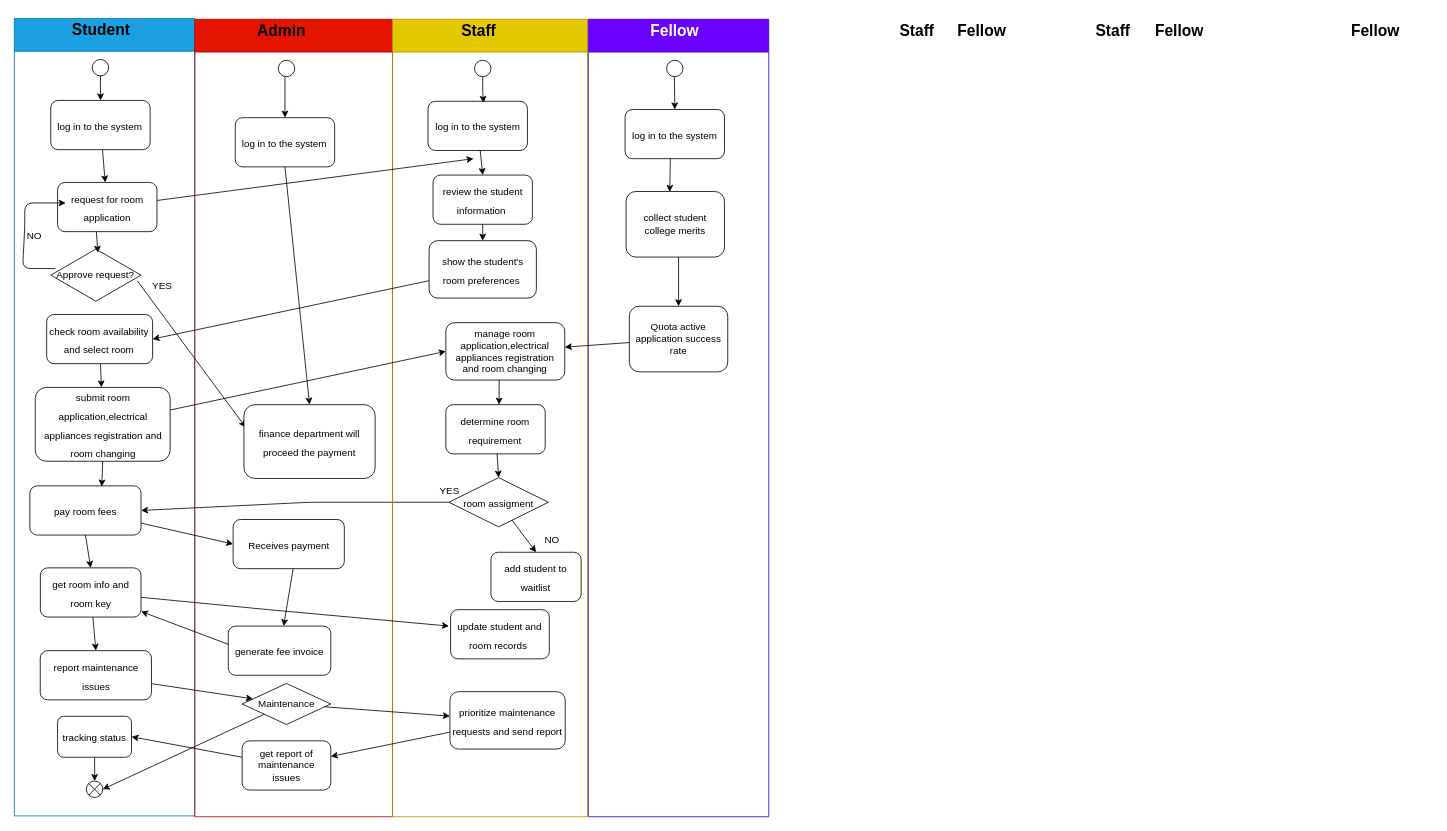
drshahizan/software-engineering keeps this draw.io diagram as page "activity_diagram" (4 of 4) of project/drawio/stakeholder/UML.drawio. Above is the earlier version. Source tidied: cells renumbered, new cells numbered last; positions are measured from the earlier drawing's top-left corner, leaving out a move shared by most shapes. Both pictures are drawn from the tidied source at 82%, with x=0, y=0 at pixel (14, 14).
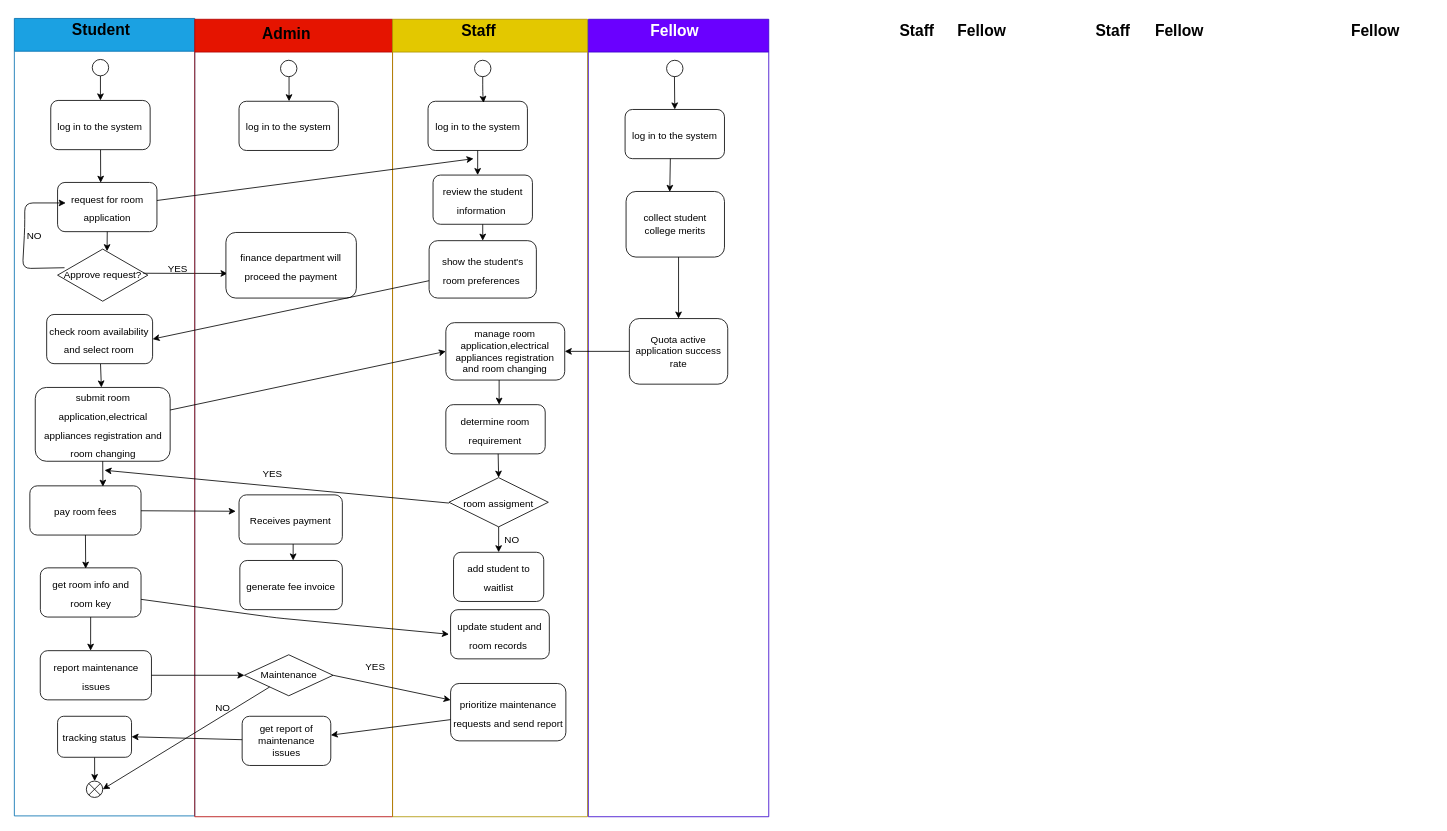
The same diagram, later.

Unchanged cells that the change refers to:
```xml
<mxCell id="2" style="swimlane;startSize=40;fontSize=19;fillColor=#1ba1e2;fontColor=#ffffff;strokeColor=#006EAF;" parent="1" vertex="1">
  <mxGeometry y="5" width="220" height="972.5" as="geometry" />
</mxCell>
<mxCell id="5" value="&lt;font style=&quot;font-size: 12px;&quot;&gt;log in to the system&lt;/font&gt;" style="rounded=1;whiteSpace=wrap;html=1;fontFamily=Helvetica;fontSize=19;fontColor=default;align=center;strokeColor=default;fillColor=default;" parent="2" vertex="1">
  <mxGeometry x="44.4" y="100" width="121.2" height="60" as="geometry" />
</mxCell>
<mxCell id="8" value="&lt;font style=&quot;font-size: 12px;&quot;&gt;request for room application&lt;/font&gt;" style="rounded=1;whiteSpace=wrap;html=1;fontFamily=Helvetica;fontSize=19;fontColor=default;align=center;strokeColor=default;fillColor=default;" parent="2" vertex="1">
  <mxGeometry x="52.7" y="200" width="121.2" height="60" as="geometry" />
</mxCell>
<mxCell id="11" value="&lt;span style=&quot;font-size: 12px;&quot;&gt;submit room application,electrical appliances registration and room changing&lt;/span&gt;" style="rounded=1;whiteSpace=wrap;html=1;fontFamily=Helvetica;fontSize=19;fontColor=default;align=center;strokeColor=default;fillColor=default;" parent="2" vertex="1">
  <mxGeometry x="25.5" y="450" width="164.5" height="90" as="geometry" />
</mxCell>
<mxCell id="12" value="&lt;span style=&quot;font-size: 12px;&quot;&gt;get room info and room key&lt;/span&gt;" style="rounded=1;whiteSpace=wrap;html=1;fontFamily=Helvetica;fontSize=19;fontColor=default;align=center;strokeColor=default;fillColor=default;" parent="2" vertex="1">
  <mxGeometry x="31.7" y="670" width="122.8" height="60" as="geometry" />
</mxCell>
<mxCell id="13" value="&lt;span style=&quot;font-size: 12px;&quot;&gt;pay room fees&lt;/span&gt;" style="rounded=1;whiteSpace=wrap;html=1;fontFamily=Helvetica;fontSize=19;fontColor=default;align=center;strokeColor=default;fillColor=default;" parent="2" vertex="1">
  <mxGeometry x="18.9" y="570" width="135.6" height="60" as="geometry" />
</mxCell>
<mxCell id="14" value="&lt;span style=&quot;font-size: 12px;&quot;&gt;report maintenance issues&lt;/span&gt;" style="rounded=1;whiteSpace=wrap;html=1;fontFamily=Helvetica;fontSize=19;fontColor=default;align=center;strokeColor=default;fillColor=default;" parent="2" vertex="1">
  <mxGeometry x="31.6" y="771" width="135.6" height="60" as="geometry" />
</mxCell>
<mxCell id="24" value="&lt;font style=&quot;font-size: 12px;&quot;&gt;room assigment&lt;/font&gt;" style="rhombus;whiteSpace=wrap;html=1;fontFamily=Helvetica;fontSize=19;fontColor=default;align=center;strokeColor=default;fillColor=default;" parent="2" vertex="1">
  <mxGeometry x="530" y="560" width="121.2" height="60" as="geometry" />
</mxCell>
<mxCell id="30" style="swimlane;startSize=40;fontSize=19;fillColor=#e51400;fontColor=#ffffff;strokeColor=#B20000;" parent="1" vertex="1">
  <mxGeometry x="220" y="6" width="241.2" height="972.5" as="geometry" />
</mxCell>
<mxCell id="43" style="swimlane;startSize=40;fontSize=19;fillColor=#e3c800;fontColor=#000000;strokeColor=#B09500;" parent="1" vertex="1">
  <mxGeometry x="461.2" y="6" width="237.8" height="972.5" as="geometry" />
</mxCell>
<mxCell id="47" value="&lt;font style=&quot;font-size: 12px;&quot;&gt;log in to the system&lt;/font&gt;" style="rounded=1;whiteSpace=wrap;html=1;fontFamily=Helvetica;fontSize=19;fontColor=default;align=center;strokeColor=default;fillColor=default;" parent="43" vertex="1">
  <mxGeometry x="43.3" y="100" width="121.2" height="60" as="geometry" />
</mxCell>
<mxCell id="49" value="&lt;font style=&quot;font-size: 12px;&quot;&gt;review the student information&amp;nbsp;&lt;/font&gt;" style="rounded=1;whiteSpace=wrap;html=1;fontFamily=Helvetica;fontSize=19;fontColor=default;align=center;strokeColor=default;fillColor=default;" parent="43" vertex="1">
  <mxGeometry x="49.4" y="190" width="121.2" height="60" as="geometry" />
</mxCell>
<mxCell id="53" value="&lt;span style=&quot;font-size: 12px;&quot;&gt;determine room requirement&lt;/span&gt;" style="rounded=1;whiteSpace=wrap;html=1;fontFamily=Helvetica;fontSize=19;fontColor=default;align=center;strokeColor=default;fillColor=default;" parent="43" vertex="1">
  <mxGeometry x="65" y="470" width="121.2" height="60" as="geometry" />
</mxCell>
<mxCell id="62" style="swimlane;startSize=40;fontSize=19;fillColor=#6a00ff;fontColor=#ffffff;strokeColor=#3700CC;" parent="1" vertex="1">
  <mxGeometry x="700" y="6" width="220" height="972.5" as="geometry" />
</mxCell>
```

Change to the diagram source:
```diff
@@
-    <mxCell id="4" style="edgeStyle=none;html=1;fontSize=12;" parent="2" edge="1" source="5" target="8">
+    <mxCell id="4" style="edgeStyle=none;html=1;fontSize=12;entryX=0.434;entryY=0.006;entryDx=0;entryDy=0;entryPerimeter=0;" parent="2" edge="1" source="5" target="8">
       <mxGeometry relative="1" as="geometry" />
     </mxCell>
@@
     <mxCell id="18" value="Approve request?" style="html=1;whiteSpace=wrap;shape=isoRectangle;" parent="2" vertex="1">
-      <mxGeometry x="44.4" y="280" width="110.1" height="66.1" as="geometry" />
+      <mxGeometry x="52.7" y="280" width="110.1" height="66.1" as="geometry" />
     </mxCell>
-    <mxCell id="19" style="endArrow=classic;html=1;entryX=0.522;entryY=0.087;entryDx=0;entryDy=0;entryPerimeter=0;" parent="2" edge="1" target="18">
-      <mxGeometry relative="1" as="geometry">
-        <mxPoint x="100" y="260" as="sourcePoint" />
-      </mxGeometry>
+    <mxCell id="19" style="endArrow=classic;html=1;entryX=0.548;entryY=0.058;entryDx=0;entryDy=0;entryPerimeter=0;exitX=0.5;exitY=1;exitDx=0;exitDy=0;" parent="2" edge="1" source="8" target="18">
+      <mxGeometry relative="1" as="geometry" />
     </mxCell>
@@
-    <mxCell id="21" style="endArrow=classic;html=1;entryX=0.013;entryY=0.307;entryDx=0;entryDy=0;entryPerimeter=0;" parent="2" edge="1" target="34">
-      <mxGeometry relative="1" as="geometry">
-        <mxPoint x="150" y="320" as="sourcePoint" />
-      </mxGeometry>
-    </mxCell>
-    <mxCell id="22" style="endArrow=classic;html=1;" parent="2" edge="1">
+    <mxCell id="22" style="endArrow=classic;html=1;exitX=0.077;exitY=0.363;exitDx=0;exitDy=0;exitPerimeter=0;" parent="2" edge="1" source="18">
       <mxGeometry relative="1" as="geometry">
-        <mxPoint x="50" y="305" as="sourcePoint" />
         <mxPoint x="62.7" y="225" as="targetPoint" />
         <Array as="points">
           <mxPoint x="10" y="305" />
           <mxPoint x="12.7" y="255" />
           <mxPoint x="12.7" y="225" />
         </Array>
       </mxGeometry>
     </mxCell>
@@
-    <mxCell id="25" style="edgeStyle=none;html=1;fontSize=12;entryX=1;entryY=0.5;entryDx=0;entryDy=0;" parent="2" edge="1" source="24" target="13">
-      <mxGeometry relative="1" as="geometry">
-        <Array as="points">
-          <mxPoint x="360" y="590" />
-        </Array>
-      </mxGeometry>
-    </mxCell>
-    <mxCell id="26" style="endArrow=classic;html=1;fontSize=12;exitX=0.5;exitY=1;exitDx=0;exitDy=0;entryX=0.647;entryY=0.014;entryDx=0;entryDy=0;entryPerimeter=0;" parent="2" edge="1" source="11" target="13">
-      <mxGeometry relative="1" as="geometry" />
+    <mxCell id="26" style="endArrow=classic;html=1;fontSize=12;exitX=0.5;exitY=1;exitDx=0;exitDy=0;" parent="2" edge="1" source="11">
+      <mxGeometry relative="1" as="geometry">
+        <mxPoint x="108" y="571" as="targetPoint" />
+      </mxGeometry>
     </mxCell>
-    <mxCell id="27" style="endArrow=classic;html=1;fontSize=12;exitX=0.5;exitY=1;exitDx=0;exitDy=0;entryX=0.5;entryY=0;entryDx=0;entryDy=0;" parent="2" edge="1" source="13" target="12">
-      <mxGeometry relative="1" as="geometry" />
+    <mxCell id="27" style="endArrow=classic;html=1;fontSize=12;exitX=0.5;exitY=1;exitDx=0;exitDy=0;" parent="2" edge="1" source="13">
+      <mxGeometry relative="1" as="geometry">
+        <mxPoint x="87" y="671" as="targetPoint" />
+      </mxGeometry>
     </mxCell>
-    <mxCell id="28" style="endArrow=classic;html=1;fontSize=12;entryX=0.5;entryY=0;entryDx=0;entryDy=0;" parent="2" edge="1" source="12" target="14">
-      <mxGeometry relative="1" as="geometry" />
+    <mxCell id="28" style="endArrow=classic;html=1;fontSize=12;" parent="2" edge="1" source="12">
+      <mxGeometry relative="1" as="geometry">
+        <mxPoint x="93" y="771" as="targetPoint" />
+      </mxGeometry>
     </mxCell>
     <mxCell id="29" value="YES" style="text;html=1;align=center;verticalAlign=middle;strokeColor=none;fillColor=none;" parent="2" vertex="1">
-      <mxGeometry x="154.5" y="311" width="50" height="30" as="geometry" />
+      <mxGeometry x="173.9" y="291" width="50" height="30" as="geometry" />
     </mxCell>
+    <mxCell id="87" style="endArrow=classic;html=1;exitX=0.949;exitY=0.465;exitDx=0;exitDy=0;exitPerimeter=0;" parent="2" edge="1" source="18">
+      <mxGeometry relative="1" as="geometry">
+        <mxPoint x="260" y="311" as="targetPoint" />
+      </mxGeometry>
+    </mxCell>
@@
     <mxCell id="31" value="Admin" style="text;html=1;strokeColor=none;fillColor=none;align=center;verticalAlign=middle;whiteSpace=wrap;rounded=0;fontSize=19;fontStyle=1;" parent="30" vertex="1">
-      <mxGeometry x="70.8" y="-5" width="70" height="40" as="geometry" />
+      <mxGeometry x="76.9" y="-2.5" width="70" height="40" as="geometry" />
     </mxCell>
@@
     <mxCell id="33" value="&lt;font style=&quot;font-size: 12px;&quot;&gt;log in to the system&lt;/font&gt;" style="rounded=1;whiteSpace=wrap;html=1;fontFamily=Helvetica;fontSize=19;fontColor=default;align=center;strokeColor=default;fillColor=default;" parent="30" vertex="1">
-      <mxGeometry x="49.4" y="120" width="121.2" height="60" as="geometry" />
+      <mxGeometry x="54" y="100" width="121.2" height="60" as="geometry" />
     </mxCell>
     <mxCell id="34" value="&lt;span style=&quot;font-size: 12px;&quot;&gt;finance department will proceed the payment&lt;/span&gt;" style="rounded=1;whiteSpace=wrap;html=1;fontFamily=Helvetica;fontSize=19;fontColor=default;align=center;strokeColor=default;fillColor=default;" parent="30" vertex="1">
-      <mxGeometry x="60" y="470" width="160" height="90" as="geometry" />
+      <mxGeometry x="38" y="260" width="159.1" height="80" as="geometry" />
     </mxCell>
     <mxCell id="35" value="&lt;span style=&quot;font-size: 12px;&quot;&gt;generate fee invoice&lt;/span&gt;" style="rounded=1;whiteSpace=wrap;html=1;fontFamily=Helvetica;fontSize=19;fontColor=default;align=center;strokeColor=default;fillColor=default;" parent="30" vertex="1">
-      <mxGeometry x="40.9" y="740" width="125" height="60" as="geometry" />
+      <mxGeometry x="55" y="660" width="125" height="60" as="geometry" />
     </mxCell>
-    <mxCell id="36" style="endArrow=classic;html=1;exitX=0.5;exitY=1;exitDx=0;exitDy=0;entryX=0.5;entryY=0;entryDx=0;entryDy=0;" parent="30" edge="1" source="33" target="34">
-      <mxGeometry relative="1" as="geometry" />
-    </mxCell>
     <mxCell id="37" value="&lt;font style=&quot;font-size: 12px;&quot;&gt;Receives payment&lt;/font&gt;" style="rounded=1;whiteSpace=wrap;html=1;fontFamily=Helvetica;fontSize=19;fontColor=default;align=center;strokeColor=default;fillColor=default;" parent="30" vertex="1">
-      <mxGeometry x="46.8" y="610" width="135.6" height="60" as="geometry" />
+      <mxGeometry x="54" y="580" width="126" height="60" as="geometry" />
     </mxCell>
     <mxCell id="38" value="get report of maintenance issues" style="rounded=1;whiteSpace=wrap;html=1;fontFamily=Helvetica;fontSize=12;fontColor=default;align=center;strokeColor=default;fillColor=default;" parent="30" vertex="1">
-      <mxGeometry x="57.8" y="880" width="108.1" height="60" as="geometry" />
+      <mxGeometry x="57.8" y="850" width="108.1" height="60" as="geometry" />
     </mxCell>
     <mxCell id="39" style="ellipse;whiteSpace=wrap;html=1;fontSize=19;" parent="30" vertex="1">
-      <mxGeometry x="101.9" y="50" width="20" height="20" as="geometry" />
+      <mxGeometry x="104.6" y="50" width="20" height="20" as="geometry" />
     </mxCell>
-    <mxCell id="40" style="endArrow=classic;html=1;exitX=0.446;exitY=0.001;exitDx=0;exitDy=0;exitPerimeter=0;entryX=0.5;entryY=0;entryDx=0;entryDy=0;" parent="30" edge="1" target="33">
+    <mxCell id="40" style="endArrow=classic;html=1;" parent="30" edge="1">
       <mxGeometry relative="1" as="geometry">
-        <mxPoint x="110" y="70" as="sourcePoint" />
+        <mxPoint x="115" y="70" as="sourcePoint" />
+        <mxPoint x="115" y="100" as="targetPoint" />
       </mxGeometry>
     </mxCell>
-    <mxCell id="41" style="endArrow=classic;html=1;fontSize=12;" parent="30" edge="1" target="35">
-      <mxGeometry relative="1" as="geometry">
-        <mxPoint x="120" y="670" as="sourcePoint" />
-      </mxGeometry>
-    </mxCell>
     <mxCell id="42" value="Maintenance" style="rhombus;whiteSpace=wrap;html=1;" parent="30" vertex="1">
-      <mxGeometry x="57.8" y="810" width="108.1" height="50" as="geometry" />
+      <mxGeometry x="60.6" y="775" width="108.1" height="50" as="geometry" />
     </mxCell>
+    <mxCell id="61" value="YES" style="text;html=1;strokeColor=none;fillColor=none;align=center;verticalAlign=middle;whiteSpace=wrap;rounded=0;fontSize=12;" parent="30" vertex="1">
+      <mxGeometry x="64.6" y="540" width="60" height="30" as="geometry" />
+    </mxCell>
+    <mxCell id="88" style="endArrow=classic;html=1;" parent="30" edge="1">
+      <mxGeometry relative="1" as="geometry">
+        <mxPoint x="120" y="640" as="sourcePoint" />
+        <mxPoint x="120" y="660" as="targetPoint" />
+      </mxGeometry>
+    </mxCell>
+    <mxCell id="89" value="NO" style="text;html=1;align=center;verticalAlign=middle;strokeColor=none;fillColor=none;" parent="30" vertex="1">
+      <mxGeometry x="14" y="825" width="40" height="30" as="geometry" />
+    </mxCell>
@@
     <mxCell id="54" value="&lt;span style=&quot;font-size: 12px;&quot;&gt;add student to waitlist&lt;/span&gt;" style="rounded=1;whiteSpace=wrap;html=1;fontFamily=Helvetica;fontSize=19;fontColor=default;align=center;strokeColor=default;fillColor=default;" parent="43" vertex="1">
-      <mxGeometry x="120" y="650" width="110" height="60" as="geometry" />
+      <mxGeometry x="74.4" y="650" width="110" height="60" as="geometry" />
     </mxCell>
     <mxCell id="55" value="NO" style="text;html=1;strokeColor=none;fillColor=none;align=center;verticalAlign=middle;whiteSpace=wrap;rounded=0;fontSize=12;" parent="43" vertex="1">
-      <mxGeometry x="164.6" y="620" width="60" height="30" as="geometry" />
+      <mxGeometry x="115.4" y="620" width="60" height="30" as="geometry" />
     </mxCell>
@@
     <mxCell id="57" value="&lt;font style=&quot;font-size: 12px;&quot;&gt;prioritize maintenance requests and send report&lt;/font&gt;" style="rounded=1;whiteSpace=wrap;html=1;fontFamily=Helvetica;fontSize=19;fontColor=default;align=center;strokeColor=default;fillColor=default;" parent="43" vertex="1">
-      <mxGeometry x="70" y="820" width="140.6" height="70" as="geometry" />
+      <mxGeometry x="70.8" y="810" width="140.6" height="70" as="geometry" />
     </mxCell>
-    <mxCell id="58" style="endArrow=classic;html=1;entryX=0.5;entryY=0;entryDx=0;entryDy=0;" parent="43" edge="1" source="47" target="49">
-      <mxGeometry relative="1" as="geometry" />
+    <mxCell id="58" style="endArrow=classic;html=1;" parent="43" edge="1" source="47">
+      <mxGeometry relative="1" as="geometry">
+        <mxPoint x="103.8" y="190" as="targetPoint" />
+      </mxGeometry>
     </mxCell>
@@
-    <mxCell id="61" value="YES" style="text;html=1;strokeColor=none;fillColor=none;align=center;verticalAlign=middle;whiteSpace=wrap;rounded=0;fontSize=12;" parent="43" vertex="1">
-      <mxGeometry x="40" y="560" width="60" height="30" as="geometry" />
-    </mxCell>
+    <mxCell id="90" style="endArrow=classic;html=1;" parent="43" edge="1">
+      <mxGeometry relative="1" as="geometry">
+        <mxPoint x="68.8" y="590" as="sourcePoint" />
+        <mxPoint x="-351.2" y="550" as="targetPoint" />
+      </mxGeometry>
+    </mxCell>
@@
     <mxCell id="71" value="Quota active application success rate" style="rounded=1;whiteSpace=wrap;html=1;fontFamily=Helvetica;fontSize=12;fontColor=default;align=center;strokeColor=default;fillColor=default;" parent="62" vertex="1">
-      <mxGeometry x="50" y="350" width="120" height="80" as="geometry" />
+      <mxGeometry x="50" y="365" width="120" height="80" as="geometry" />
     </mxCell>
@@
-    <mxCell id="76" style="edgeStyle=none;html=1;fontSize=12;entryX=0.5;entryY=0;entryDx=0;entryDy=0;" parent="1" edge="1" source="53" target="24">
-      <mxGeometry relative="1" as="geometry" />
+    <mxCell id="76" style="edgeStyle=none;html=1;fontSize=12;entryX=0.5;entryY=0;entryDx=0;entryDy=0;" parent="1" edge="1" target="24">
+      <mxGeometry relative="1" as="geometry">
+        <mxPoint x="590" y="536" as="sourcePoint" />
+      </mxGeometry>
     </mxCell>
@@
-    <mxCell id="78" style="endArrow=classic;html=1;entryX=0;entryY=0.5;entryDx=0;entryDy=0;" parent="1" edge="1" source="13" target="37">
-      <mxGeometry relative="1" as="geometry" />
+    <mxCell id="78" style="endArrow=classic;html=1;" parent="1" edge="1" source="13">
+      <mxGeometry relative="1" as="geometry">
+        <mxPoint x="270" y="606" as="targetPoint" />
+      </mxGeometry>
     </mxCell>
     <mxCell id="79" style="edgeStyle=none;html=1;fontSize=12;" parent="1" edge="1" source="12">
       <mxGeometry relative="1" as="geometry">
-        <mxPoint x="530" y="746" as="targetPoint" />
+        <mxPoint x="530" y="756" as="targetPoint" />
         <Array as="points">
-          <mxPoint x="310" y="726" />
+          <mxPoint x="320" y="736" />
         </Array>
       </mxGeometry>
     </mxCell>
-    <mxCell id="80" style="endArrow=classic;html=1;fontSize=12;exitX=0;exitY=0.372;exitDx=0;exitDy=0;exitPerimeter=0;" parent="1" edge="1" source="35" target="12">
-      <mxGeometry relative="1" as="geometry" />
-    </mxCell>
@@
-    <mxCell id="85" style="edgeStyle=none;html=1;" parent="1" edge="1" source="42" target="57">
+    <mxCell id="85" style="edgeStyle=none;html=1;exitX=1;exitY=0.5;exitDx=0;exitDy=0;" parent="1" edge="1" source="42" target="57">
       <mxGeometry relative="1" as="geometry" />
     </mxCell>
@@
+    <mxCell id="91" value="YES" style="text;html=1;align=center;verticalAlign=middle;strokeColor=none;fillColor=none;" parent="1" vertex="1">
+      <mxGeometry x="415" y="781" width="50" height="30" as="geometry" />
+    </mxCell>
```
